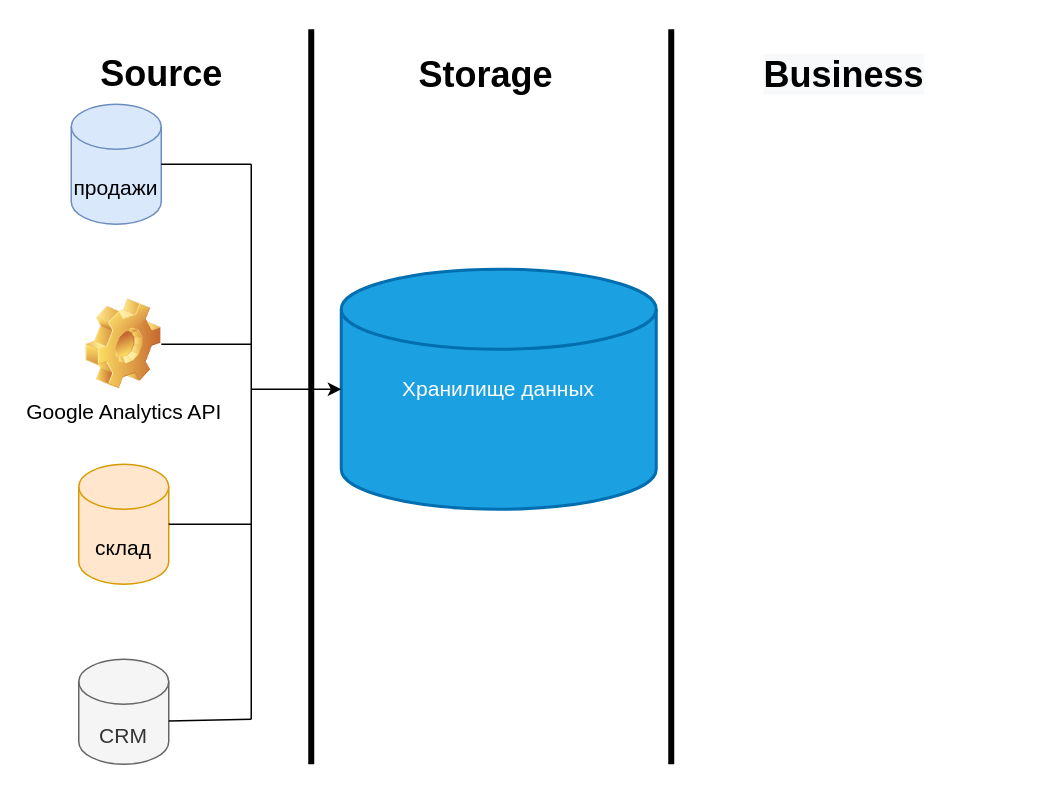
Earlier version of the draw.io diagram Untitled Diagram.drawio (artyomka-L1tv1N/DE-101). Source tidied: cells renumbered, new cells numbered last; positions are measured from the earlier drawing's top-left corner, leaving out a move shared by most shapes. Both pictures are drawn from the tidied source at 150%, with x=0, y=0 at pixel (70, 28).
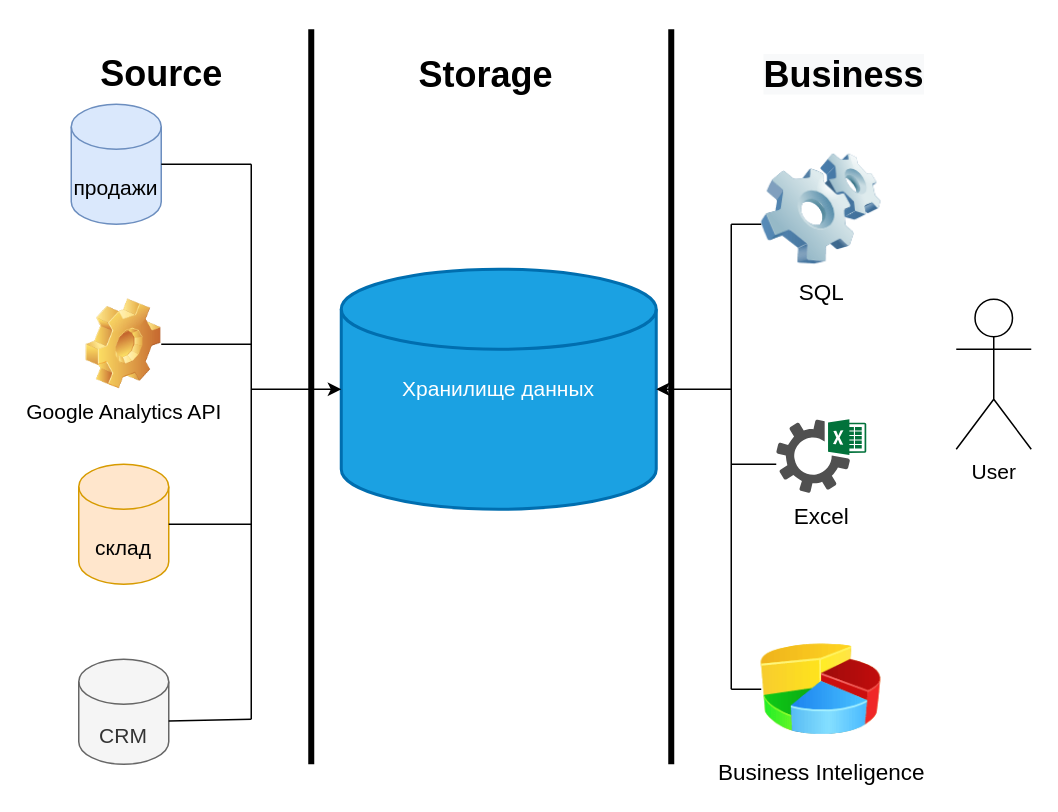
The same diagram, later.

Unchanged cells that the change refers to:
```xml
<mxCell id="11" value="Хранилище данных" style="strokeWidth=2;html=1;shape=mxgraph.flowchart.database;whiteSpace=wrap;fontSize=14;fillColor=#1ba1e2;fontColor=#ffffff;strokeColor=#006EAF;" parent="1" vertex="1">
  <mxGeometry x="180" y="160" width="210" height="160" as="geometry" />
</mxCell>
```

The edit, as a diff of the source:
```diff
@@
+    <mxCell id="18" value="User" style="shape=umlActor;verticalLabelPosition=bottom;verticalAlign=top;html=1;fontSize=14;" parent="1" vertex="1">
+      <mxGeometry x="590" y="180" width="50" height="100" as="geometry" />
+    </mxCell>
+    <mxCell id="19" value="Business Inteligence" style="image;html=1;image=img/lib/clip_art/finance/Pie_Chart_128x128.png;fontSize=15;" parent="1" vertex="1">
+      <mxGeometry x="460" y="400" width="80" height="80" as="geometry" />
+    </mxCell>
+    <mxCell id="20" value="SQL" style="image;html=1;image=img/lib/clip_art/computers/Software_128x128.png;fontSize=15;" parent="1" vertex="1">
+      <mxGeometry x="460" y="80" width="80" height="80" as="geometry" />
+    </mxCell>
+    <mxCell id="21" value="Excel" style="sketch=0;shadow=0;dashed=0;html=1;strokeColor=none;fillColor=#505050;labelPosition=center;verticalLabelPosition=bottom;verticalAlign=top;align=center;shape=mxgraph.office.services.excel_services;fontSize=15;" parent="1" vertex="1">
+      <mxGeometry x="470" y="260" width="60" height="49" as="geometry" />
+    </mxCell>
+    <mxCell id="22" style="endArrow=none;html=1;rounded=0;fontSize=14;" parent="1" edge="1">
+      <mxGeometry relative="1" as="geometry">
+        <mxPoint x="440" y="440" as="sourcePoint" />
+        <mxPoint x="440" y="130" as="targetPoint" />
+      </mxGeometry>
+    </mxCell>
+    <mxCell id="23" style="endArrow=classic;html=1;rounded=0;fontSize=14;entryX=1;entryY=0.5;entryDx=0;entryDy=0;entryPerimeter=0;" parent="1" edge="1" target="11">
+      <mxGeometry relative="1" as="geometry">
+        <mxPoint x="440" y="240" as="sourcePoint" />
+      </mxGeometry>
+    </mxCell>
+    <mxCell id="24" style="endArrow=none;html=1;rounded=0;fontSize=14;strokeWidth=1;" parent="1" edge="1">
+      <mxGeometry relative="1" as="geometry">
+        <mxPoint x="440" y="130" as="sourcePoint" />
+        <mxPoint x="460" y="130" as="targetPoint" />
+      </mxGeometry>
+    </mxCell>
+    <mxCell id="25" style="endArrow=none;html=1;rounded=0;fontSize=14;strokeWidth=1;" parent="1" edge="1">
+      <mxGeometry relative="1" as="geometry">
+        <mxPoint x="440" y="290" as="sourcePoint" />
+        <mxPoint x="470" y="290" as="targetPoint" />
+      </mxGeometry>
+    </mxCell>
+    <mxCell id="26" style="endArrow=none;html=1;rounded=0;fontSize=14;strokeWidth=1;" parent="1" edge="1" source="19">
+      <mxGeometry relative="1" as="geometry">
+        <mxPoint x="440" y="440" as="targetPoint" />
+      </mxGeometry>
+    </mxCell>
```
